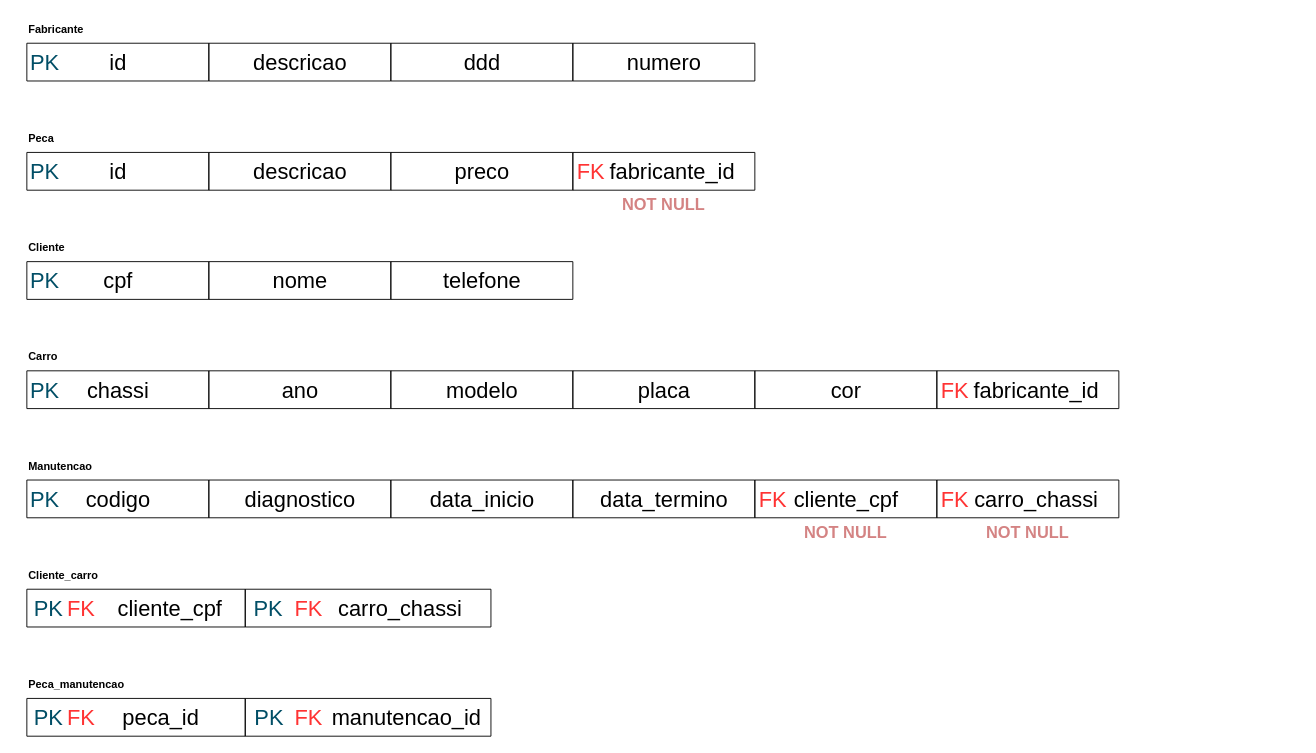
The draw.io diagram LEOBDATV5-1.drawio in Konitch/Diagram, before the edit. Source tidied: cells renumbered, new cells numbered last; positions are measured from the earlier drawing's top-left corner, leaving out a move shared by most shapes. Both pictures are drawn from the tidied source at 91%, with x=0, y=0 at pixel (15, 15).
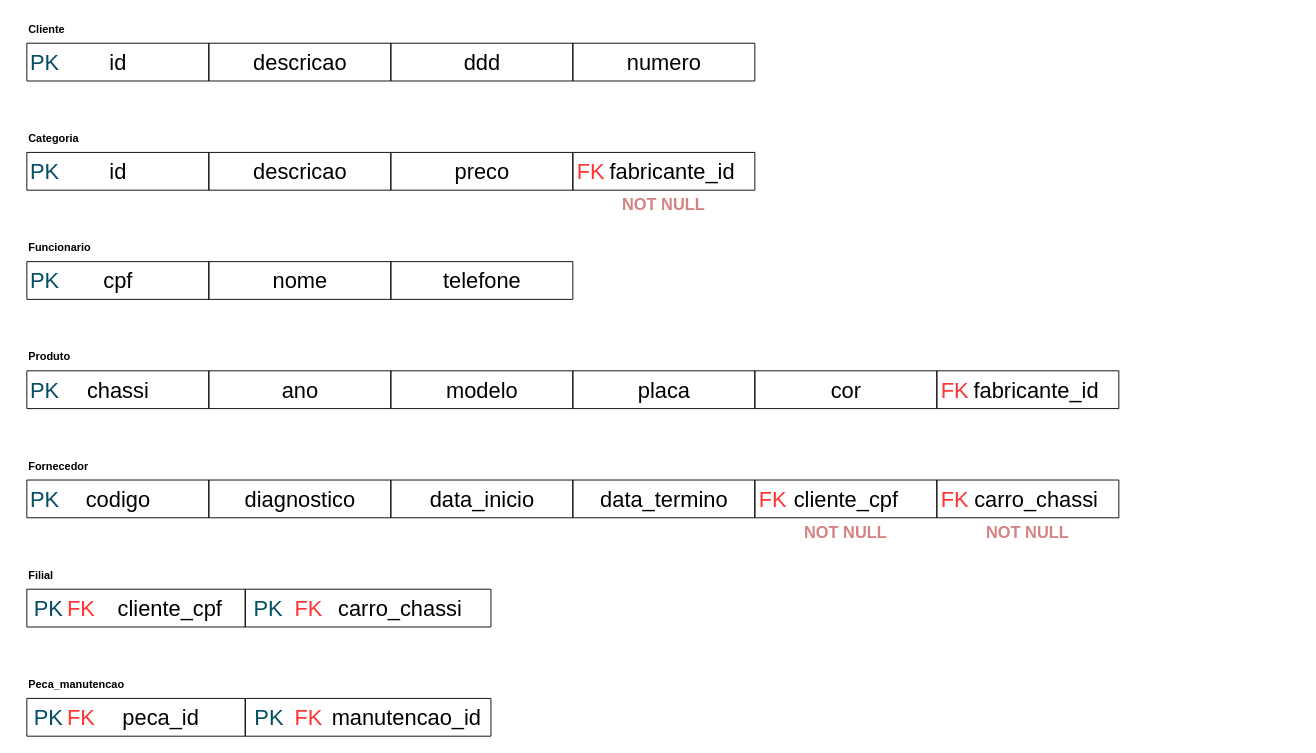
Above is the later version.

The change refers to these unchanged cells:
```xml
<mxCell id="2" style="group;" parent="1" vertex="1">
  <mxGeometry x="12" y="120" width="1000" height="103" as="geometry" />
</mxCell>
<mxCell id="20" style="group;" parent="1" vertex="1">
  <mxGeometry x="12" y="240" width="1000" height="73" as="geometry" />
</mxCell>
<mxCell id="33" style="group;" parent="1" vertex="1">
  <mxGeometry x="12" y="360" width="1000" height="73" as="geometry" />
</mxCell>
<mxCell id="53" style="group;" parent="52" vertex="1">
  <mxGeometry width="1000" height="73" as="geometry" />
</mxCell>
<mxCell id="71" style="group;" parent="70" vertex="1">
  <mxGeometry width="1000" height="73" as="geometry" />
</mxCell>
<mxCell id="95" style="group;" parent="1" vertex="1">
  <mxGeometry x="12" y="600" width="1000" height="73" as="geometry" />
</mxCell>
```

The edit, as a diff of the source:
```diff
@@
-    <mxCell id="19" value="&lt;b&gt;Peca&lt;/b&gt;" style="text;html=1;align=left;verticalAlign=middle;whiteSpace=wrap;rounded=0;" parent="2" vertex="1">
+    <mxCell id="19" value="&lt;b&gt;Categoria&lt;/b&gt;" style="text;html=1;align=left;verticalAlign=middle;whiteSpace=wrap;rounded=0;" parent="2" vertex="1">
       <mxGeometry width="110" height="30" as="geometry" />
     </mxCell>
@@
-    <mxCell id="32" value="&lt;b&gt;Cliente&lt;/b&gt;" style="text;html=1;align=left;verticalAlign=middle;whiteSpace=wrap;rounded=0;" parent="20" vertex="1">
+    <mxCell id="32" value="&lt;b&gt;Funcionario&lt;/b&gt;" style="text;html=1;align=left;verticalAlign=middle;whiteSpace=wrap;rounded=0;" parent="20" vertex="1">
       <mxGeometry width="110" height="30" as="geometry" />
     </mxCell>
@@
-    <mxCell id="51" value="&lt;b&gt;Carro&lt;/b&gt;" style="text;html=1;align=left;verticalAlign=middle;whiteSpace=wrap;rounded=0;" parent="33" vertex="1">
+    <mxCell id="51" value="&lt;b&gt;Produto&lt;/b&gt;" style="text;html=1;align=left;verticalAlign=middle;whiteSpace=wrap;rounded=0;" parent="33" vertex="1">
       <mxGeometry width="110" height="30" as="geometry" />
     </mxCell>
@@
-    <mxCell id="54" value="&lt;b&gt;Fabricante&lt;/b&gt;" style="text;html=1;align=left;verticalAlign=middle;whiteSpace=wrap;rounded=0;" parent="53" vertex="1">
+    <mxCell id="54" value="&lt;b&gt;Cliente&lt;/b&gt;" style="text;html=1;align=left;verticalAlign=middle;whiteSpace=wrap;rounded=0;" parent="53" vertex="1">
       <mxGeometry width="110" height="30" as="geometry" />
     </mxCell>
@@
-    <mxCell id="86" value="&lt;b&gt;Manutencao&lt;/b&gt;" style="text;html=1;align=left;verticalAlign=middle;whiteSpace=wrap;rounded=0;" parent="71" vertex="1">
+    <mxCell id="86" value="&lt;b&gt;Fornecedor&lt;/b&gt;" style="text;html=1;align=left;verticalAlign=middle;whiteSpace=wrap;rounded=0;" parent="71" vertex="1">
       <mxGeometry width="110" height="30" as="geometry" />
     </mxCell>
@@
-    <mxCell id="107" value="&lt;b&gt;Cliente_carro&lt;/b&gt;" style="text;html=1;align=left;verticalAlign=middle;whiteSpace=wrap;rounded=0;" parent="95" vertex="1">
+    <mxCell id="107" value="&lt;b&gt;Filial&lt;/b&gt;" style="text;html=1;align=left;verticalAlign=middle;whiteSpace=wrap;rounded=0;" parent="95" vertex="1">
       <mxGeometry width="110" height="30" as="geometry" />
     </mxCell>
```
